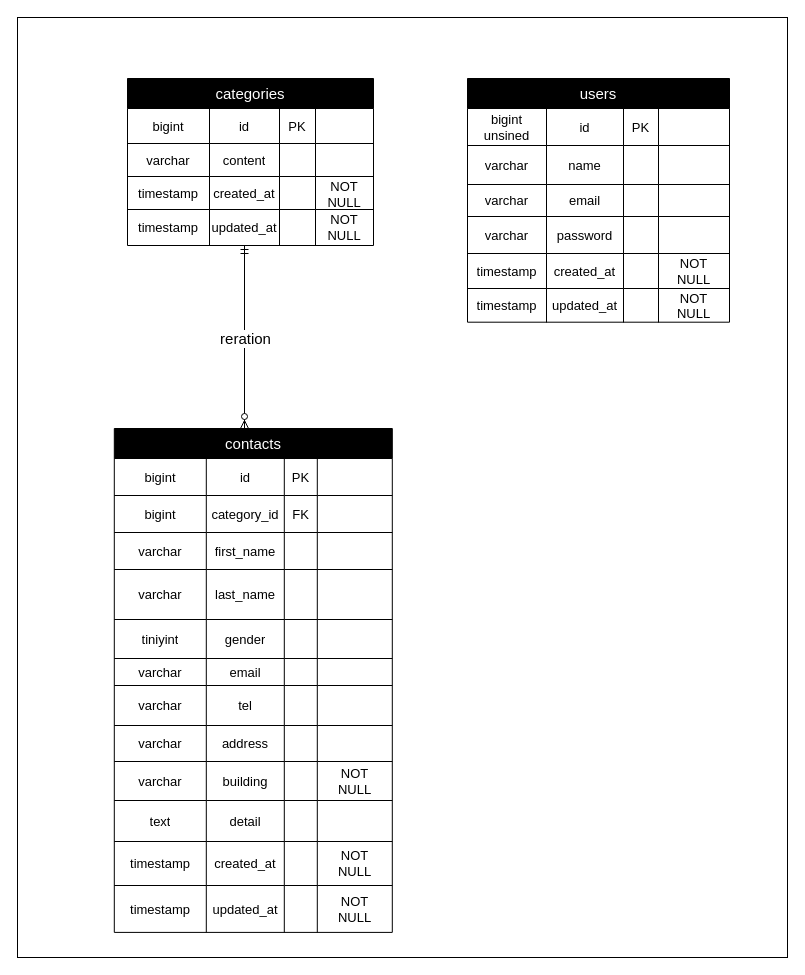
This is src/app/docs/er/contact-form-er.drawio from misaki-m11111/laravel-contact-form-test, a draw.io file, before an edit. Source tidied: cells renumbered, new cells numbered last; positions are measured from the earlier drawing's top-left corner, leaving out a move shared by most shapes. Both pictures are drawn from the tidied source at 100%, with x=0, y=0 at pixel (17, 17).
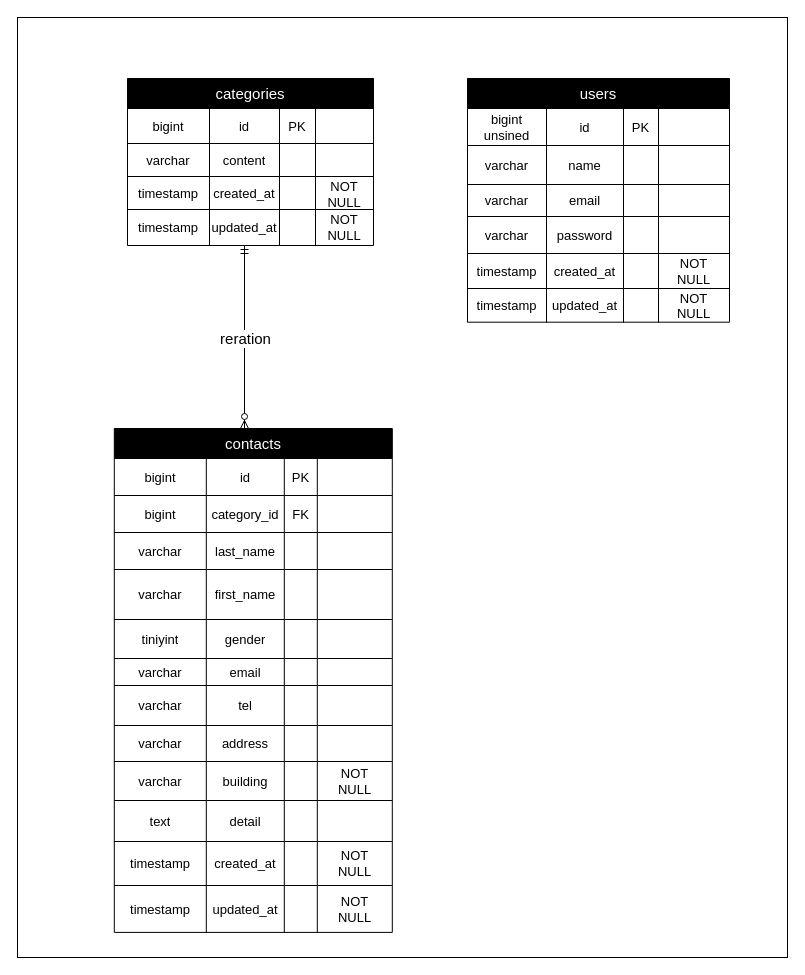
The same page after the edit.

The change refers to these unchanged cells:
```xml
<mxCell id="35" style="shape=tableRow;horizontal=1;startSize=0;swimlaneHead=0;swimlaneBody=0;strokeColor=inherit;top=0;left=0;bottom=0;right=0;fillColor=none;fontSize=13;align=center;verticalAlign=middle;fontColor=default;fontFamily=Helvetica;labelPosition=center;verticalLabelPosition=middle;whiteSpace=wrap;" parent="24" vertex="1">
  <mxGeometry y="104" width="278" height="37" as="geometry" />
</mxCell>
<mxCell id="40" style="shape=tableRow;horizontal=1;startSize=0;swimlaneHead=0;swimlaneBody=0;strokeColor=inherit;top=0;left=0;bottom=0;right=0;fillColor=none;fontSize=13;align=center;verticalAlign=middle;fontColor=default;fontFamily=Helvetica;labelPosition=center;verticalLabelPosition=middle;whiteSpace=wrap;" parent="24" vertex="1">
  <mxGeometry y="141" width="278" height="50" as="geometry" />
</mxCell>
```

Diff of the diagram source:
```diff
@@
-    <mxCell id="37" value="first_name" style="shape=partialRectangle;html=1;strokeColor=inherit;overflow=hidden;fillColor=none;top=0;left=0;bottom=0;right=0;fontSize=13;align=center;verticalAlign=middle;horizontal=1;fontColor=default;fontFamily=Helvetica;labelPosition=center;verticalLabelPosition=middle;whiteSpace=wrap;" parent="35" vertex="1">
+    <mxCell id="37" value="last_name" style="shape=partialRectangle;html=1;strokeColor=inherit;overflow=hidden;fillColor=none;top=0;left=0;bottom=0;right=0;fontSize=13;align=center;verticalAlign=middle;horizontal=1;fontColor=default;fontFamily=Helvetica;labelPosition=center;verticalLabelPosition=middle;whiteSpace=wrap;" parent="35" vertex="1">
       <mxGeometry x="92" width="78" height="37" as="geometry" />
     </mxCell>
@@
-    <mxCell id="42" value="last_name" style="shape=partialRectangle;html=1;strokeColor=inherit;overflow=hidden;fillColor=none;top=0;left=0;bottom=0;right=0;fontSize=13;align=center;verticalAlign=middle;horizontal=1;fontColor=default;fontFamily=Helvetica;labelPosition=center;verticalLabelPosition=middle;whiteSpace=wrap;" parent="40" vertex="1">
+    <mxCell id="42" value="first_name" style="shape=partialRectangle;html=1;strokeColor=inherit;overflow=hidden;fillColor=none;top=0;left=0;bottom=0;right=0;fontSize=13;align=center;verticalAlign=middle;horizontal=1;fontColor=default;fontFamily=Helvetica;labelPosition=center;verticalLabelPosition=middle;whiteSpace=wrap;" parent="40" vertex="1">
       <mxGeometry x="92" width="78" height="50" as="geometry" />
     </mxCell>
```
